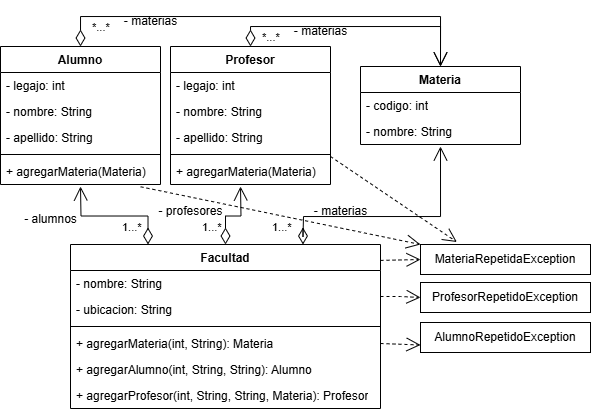
Before: Tp1/Tp1Ej4/src/main/java/UML/Tp1Ej4_UML.png, a diagram exported from draw.io (BonanseaMariano/TpsPOO). Source tidied: cells renumbered, new cells last; positions are measured from the earlier drawing's top-left corner, leaving out a move shared by most shapes.
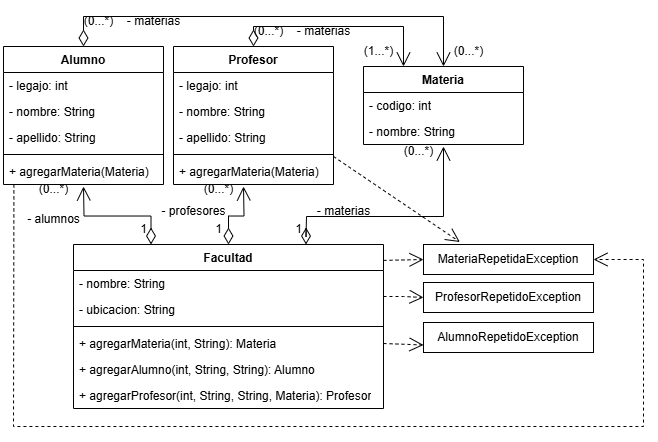
After the change.

What changed in the source:
```diff
@@ -77,15 +77,15 @@
     <mxCell id="26" value="+ agregarProfesor(int, String, String, Materia): Profesor" style="text;strokeColor=none;fillColor=none;align=left;verticalAlign=top;spacingLeft=4;spacingRight=4;overflow=hidden;whiteSpace=wrap;html=1;" parent="20" vertex="1">
       <mxGeometry y="138" width="310" height="26" as="geometry" />
     </mxCell>
-    <mxCell id="27" value="*...*" style="endArrow=open;html=1;endSize=12;startArrow=diamondThin;startSize=14;startFill=0;edgeStyle=orthogonalEdgeStyle;align=left;verticalAlign=bottom;rounded=0;entryX=0.5;entryY=0;entryDx=0;entryDy=0;exitX=0.5;exitY=0;exitDx=0;exitDy=0;" parent="1" edge="1" source="8" target="17">
+    <mxCell id="27" style="endArrow=open;html=1;endSize=12;startArrow=diamondThin;startSize=14;startFill=0;edgeStyle=orthogonalEdgeStyle;align=left;verticalAlign=bottom;rounded=0;entryX=0.25;entryY=0;entryDx=0;entryDy=0;exitX=0.5;exitY=0;exitDx=0;exitDy=0;" parent="1" edge="1" source="8" target="17">
       <mxGeometry x="-1" y="-10" relative="1" as="geometry">
         <Array as="points">
           <mxPoint x="250" y="20" />
-          <mxPoint x="440" y="20" />
+          <mxPoint x="400" y="20" />
         </Array>
       </mxGeometry>
     </mxCell>
-    <mxCell id="28" value="*...*" style="endArrow=open;html=1;endSize=12;startArrow=diamondThin;startSize=14;startFill=0;edgeStyle=orthogonalEdgeStyle;align=left;verticalAlign=bottom;rounded=0;entryX=0.5;entryY=0;entryDx=0;entryDy=0;" parent="1" edge="1">
+    <mxCell id="28" style="endArrow=open;html=1;endSize=12;startArrow=diamondThin;startSize=14;startFill=0;edgeStyle=orthogonalEdgeStyle;align=left;verticalAlign=bottom;rounded=0;entryX=0.5;entryY=0;entryDx=0;entryDy=0;" parent="1" edge="1">
       <mxGeometry x="-0.95" y="-10" relative="1" as="geometry">
         <mxPoint x="80" y="40" as="sourcePoint" />
         <mxPoint x="440" y="60" as="targetPoint" />
@@ -102,7 +102,7 @@
     <mxCell id="30" value="- materias" style="text;html=1;align=center;verticalAlign=middle;strokeColor=none;fillColor=none;" parent="1" vertex="1">
       <mxGeometry x="280" y="10" width="80" height="30" as="geometry" />
     </mxCell>
-    <mxCell id="31" value="1...*" style="endArrow=open;html=1;endSize=12;startArrow=diamondThin;startSize=14;startFill=0;edgeStyle=orthogonalEdgeStyle;align=left;verticalAlign=bottom;rounded=0;exitX=0.75;exitY=0;exitDx=0;exitDy=0;" parent="1" edge="1" source="20">
+    <mxCell id="31" style="endArrow=open;html=1;endSize=12;startArrow=diamondThin;startSize=14;startFill=0;edgeStyle=orthogonalEdgeStyle;align=left;verticalAlign=bottom;rounded=0;exitX=0.75;exitY=0;exitDx=0;exitDy=0;" parent="1" edge="1" source="20">
       <mxGeometry x="-0.93" y="32" relative="1" as="geometry">
         <mxPoint x="440" y="140" as="targetPoint" />
         <Array as="points">
@@ -114,12 +114,12 @@
         <mxPoint y="1" as="offset" />
       </mxGeometry>
     </mxCell>
-    <mxCell id="32" value="1...*" style="endArrow=open;html=1;endSize=12;startArrow=diamondThin;startSize=14;startFill=0;edgeStyle=orthogonalEdgeStyle;align=left;verticalAlign=bottom;rounded=0;exitX=0.25;exitY=0;exitDx=0;exitDy=0;" parent="1" edge="1" source="20">
+    <mxCell id="32" style="endArrow=open;html=1;endSize=12;startArrow=diamondThin;startSize=14;startFill=0;edgeStyle=orthogonalEdgeStyle;align=left;verticalAlign=bottom;rounded=0;exitX=0.25;exitY=0;exitDx=0;exitDy=0;" parent="1" edge="1" source="20">
       <mxGeometry x="-0.1" y="20" relative="1" as="geometry">
         <mxPoint x="80" y="180" as="targetPoint" />
       </mxGeometry>
     </mxCell>
-    <mxCell id="33" value="1...*" style="endArrow=open;html=1;endSize=12;startArrow=diamondThin;startSize=14;startFill=0;edgeStyle=orthogonalEdgeStyle;align=left;verticalAlign=bottom;rounded=0;exitX=0.5;exitY=0;exitDx=0;exitDy=0;" parent="1" edge="1" source="20">
+    <mxCell id="33" style="endArrow=open;html=1;endSize=12;startArrow=diamondThin;startSize=14;startFill=0;edgeStyle=orthogonalEdgeStyle;align=left;verticalAlign=bottom;rounded=0;exitX=0.5;exitY=0;exitDx=0;exitDy=0;" parent="1" edge="1" source="20">
       <mxGeometry x="-0.78" y="25" relative="1" as="geometry">
         <mxPoint x="240" y="180" as="targetPoint" />
       </mxGeometry>
@@ -150,8 +150,44 @@
     <mxCell id="40" style="endArrow=open;endSize=12;dashed=1;html=1;rounded=0;entryX=0.214;entryY=-0.083;entryDx=0;entryDy=0;exitX=1;exitY=0.75;exitDx=0;exitDy=0;exitPerimeter=0;entryPerimeter=0;" parent="1" edge="1" source="12" target="15">
       <mxGeometry relative="1" as="geometry" />
     </mxCell>
-    <mxCell id="41" style="endArrow=open;endSize=12;dashed=1;html=1;rounded=0;entryX=0;entryY=0;entryDx=0;entryDy=0;exitX=0.876;exitY=1.088;exitDx=0;exitDy=0;exitPerimeter=0;" parent="1" edge="1" source="7" target="15">
-      <mxGeometry relative="1" as="geometry" />
+    <mxCell id="41" style="endArrow=open;endSize=12;dashed=1;html=1;rounded=0;entryX=1;entryY=0.5;entryDx=0;entryDy=0;exitX=0.065;exitY=0.996;exitDx=0;exitDy=0;exitPerimeter=0;" parent="1" edge="1" source="7" target="15">
+      <mxGeometry relative="1" as="geometry">
+        <Array as="points">
+          <mxPoint x="10" y="420" />
+          <mxPoint x="640" y="420" />
+          <mxPoint x="640" y="253" />
+        </Array>
+      </mxGeometry>
     </mxCell>
+    <mxCell id="42" value="(0...*)" style="text;html=1;align=center;verticalAlign=middle;strokeColor=none;fillColor=none;" parent="1" vertex="1">
+      <mxGeometry x="25" y="168" width="50" height="30" as="geometry" />
+    </mxCell>
+    <mxCell id="43" value="(0...*)" style="text;html=1;align=center;verticalAlign=middle;strokeColor=none;fillColor=none;" parent="1" vertex="1">
+      <mxGeometry x="190" y="168" width="50" height="30" as="geometry" />
+    </mxCell>
+    <mxCell id="44" value="(0...*)" style="text;html=1;align=center;verticalAlign=middle;strokeColor=none;fillColor=none;" parent="1" vertex="1">
+      <mxGeometry x="390" y="130" width="50" height="30" as="geometry" />
+    </mxCell>
+    <mxCell id="45" value="1" style="text;html=1;align=center;verticalAlign=middle;strokeColor=none;fillColor=none;" parent="1" vertex="1">
+      <mxGeometry x="125" y="208" width="30" height="30" as="geometry" />
+    </mxCell>
+    <mxCell id="46" value="1" style="text;html=1;align=center;verticalAlign=middle;strokeColor=none;fillColor=none;" parent="1" vertex="1">
+      <mxGeometry x="200" y="208" width="30" height="30" as="geometry" />
+    </mxCell>
+    <mxCell id="47" value="1" style="text;html=1;align=center;verticalAlign=middle;strokeColor=none;fillColor=none;" parent="1" vertex="1">
+      <mxGeometry x="280" y="208" width="30" height="30" as="geometry" />
+    </mxCell>
+    <mxCell id="48" value="(1...*)" style="text;html=1;align=center;verticalAlign=middle;strokeColor=none;fillColor=none;" parent="1" vertex="1">
+      <mxGeometry x="350" y="30" width="50" height="30" as="geometry" />
+    </mxCell>
+    <mxCell id="49" value="(0...*)" style="text;html=1;align=center;verticalAlign=middle;strokeColor=none;fillColor=none;" parent="1" vertex="1">
+      <mxGeometry x="440" y="30" width="50" height="30" as="geometry" />
+    </mxCell>
+    <mxCell id="50" value="(0...*)" style="text;html=1;align=center;verticalAlign=middle;strokeColor=none;fillColor=none;" parent="1" vertex="1">
+      <mxGeometry x="70" width="50" height="30" as="geometry" />
+    </mxCell>
+    <mxCell id="51" value="(0...*)" style="text;html=1;align=center;verticalAlign=middle;strokeColor=none;fillColor=none;" parent="1" vertex="1">
+      <mxGeometry x="240" y="10" width="50" height="30" as="geometry" />
+    </mxCell>
   </root>
 </mxGraphModel>
```
